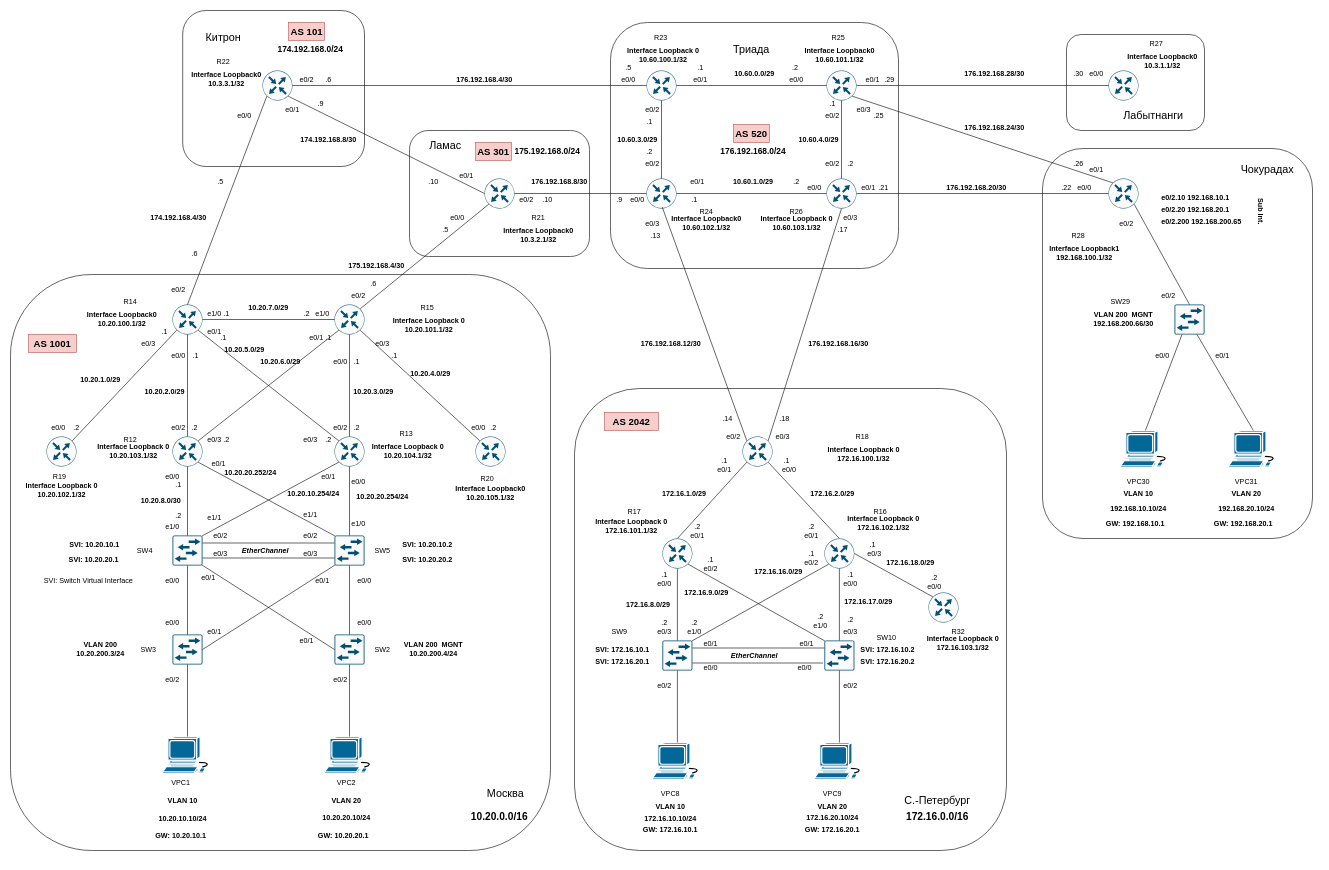
fueller-max/drawio keeps this draw.io diagram as page "Basic IP plan" (1 of 5) of Lab04.drawio. Above is the earlier version. Source tidied: cells renumbered, new cells numbered last; positions are measured from the earlier drawing's top-left corner, leaving out a move shared by most shapes. Both pictures are drawn from the tidied source at 60%, with x=0, y=0 at pixel (10, 10).
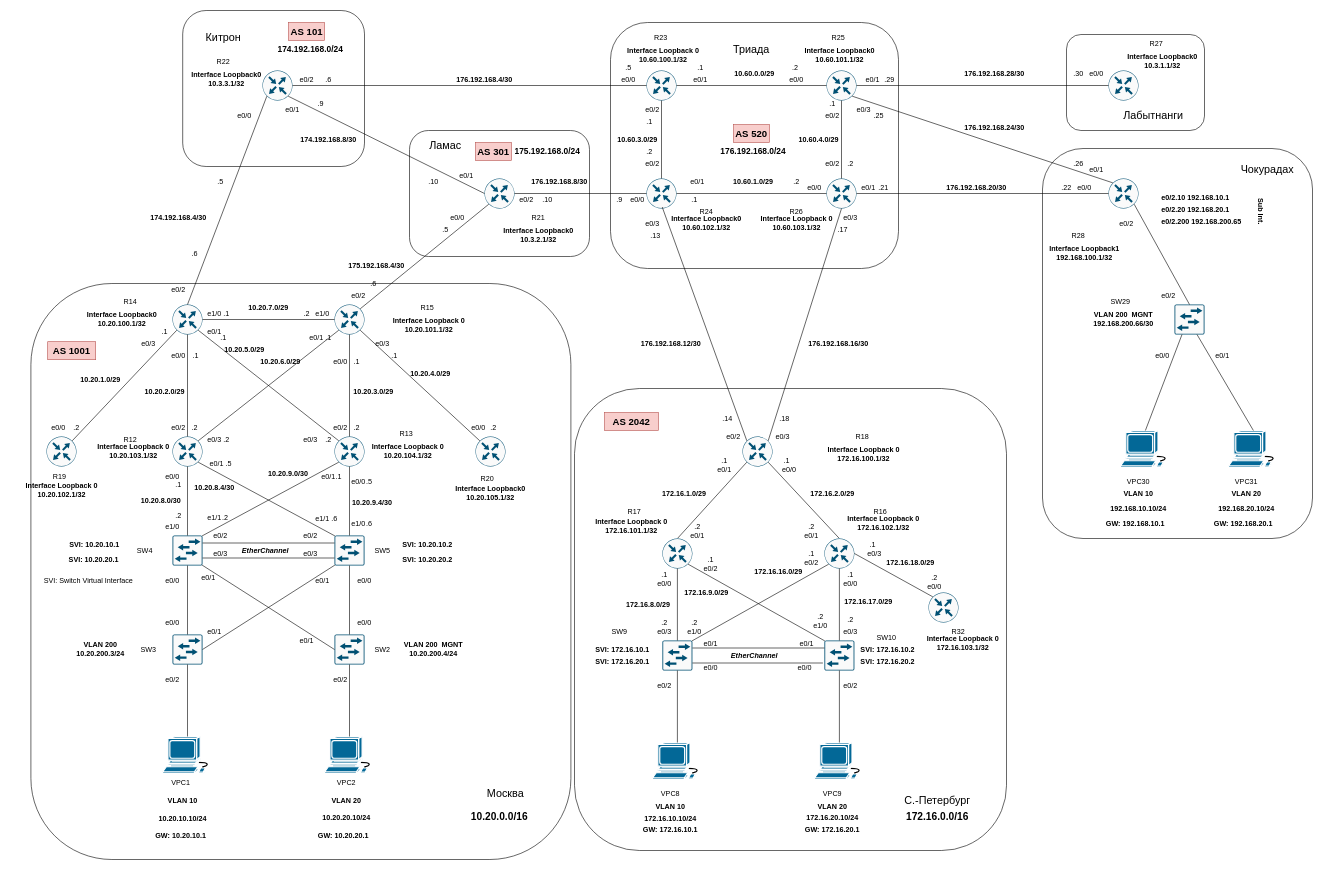
The same page after the edit.

Diff of the diagram source:
```diff
@@
     <mxCell id="4" value="&lt;div&gt;&lt;br&gt;&lt;/div&gt;&lt;div&gt;&lt;br&gt;&lt;/div&gt;&lt;div&gt;&lt;br&gt;&lt;/div&gt;" style="rounded=1;whiteSpace=wrap;html=1;fillColor=none;" parent="1" vertex="1">
-      <mxGeometry y="440" width="900" height="960" as="geometry" />
+      <mxGeometry x="34" y="455" width="900" height="960" as="geometry" />
     </mxCell>
@@
     <mxCell id="185" value="e0/1" style="text;html=1;align=center;verticalAlign=middle;whiteSpace=wrap;rounded=0;" parent="1" vertex="1">
-      <mxGeometry x="317" y="740" width="60" height="30" as="geometry" />
+      <mxGeometry x="313.5" y="740" width="60" height="30" as="geometry" />
     </mxCell>
@@
     <mxCell id="195" value="e1/1" style="text;html=1;align=center;verticalAlign=middle;whiteSpace=wrap;rounded=0;" parent="1" vertex="1">
-      <mxGeometry x="470" y="825" width="60" height="30" as="geometry" />
+      <mxGeometry x="490" y="833" width="60" height="30" as="geometry" />
     </mxCell>
@@
-    <mxCell id="282" value="10.20.20.252/24" style="text;html=1;align=center;verticalAlign=middle;whiteSpace=wrap;rounded=0;fontStyle=1;" parent="1" vertex="1">
-      <mxGeometry x="370" y="755" width="60" height="30" as="geometry" />
+    <mxCell id="282" value="10.20.8.4/30" style="text;html=1;align=center;verticalAlign=middle;whiteSpace=wrap;rounded=0;fontStyle=1;" parent="1" vertex="1">
+      <mxGeometry x="310" y="780" width="60" height="30" as="geometry" />
     </mxCell>
@@
-    <mxCell id="295" value="10.20.20.254/24" style="text;html=1;align=center;verticalAlign=middle;whiteSpace=wrap;rounded=0;fontStyle=1;" parent="1" vertex="1">
-      <mxGeometry x="590" y="795" width="60" height="30" as="geometry" />
-    </mxCell>
-    <mxCell id="296" value="10.20.10.254/24" style="text;html=1;align=center;verticalAlign=middle;whiteSpace=wrap;rounded=0;fontStyle=1;" parent="1" vertex="1">
-      <mxGeometry x="475" y="790" width="60" height="30" as="geometry" />
-    </mxCell>
@@
     <mxCell id="361" value="&lt;b&gt;&lt;font style=&quot;font-size: 16px;&quot;&gt;AS 1001&lt;/font&gt;&lt;/b&gt;" style="text;html=1;align=center;verticalAlign=middle;whiteSpace=wrap;rounded=0;fillColor=#f8cecc;strokeColor=#b85450;" parent="1" vertex="1">
-      <mxGeometry x="30" y="540" width="80" height="30" as="geometry" />
+      <mxGeometry x="62" y="552" width="80" height="30" as="geometry" />
     </mxCell>
@@
+    <mxCell id="368" value=".5" style="text;html=1;align=center;verticalAlign=middle;whiteSpace=wrap;rounded=0;" parent="1" vertex="1">
+      <mxGeometry x="334" y="740" width="60" height="30" as="geometry" />
+    </mxCell>
+    <mxCell id="369" value=".6" style="text;html=1;align=center;verticalAlign=middle;whiteSpace=wrap;rounded=0;" parent="1" vertex="1">
+      <mxGeometry x="510" y="833" width="60" height="30" as="geometry" />
+    </mxCell>
+    <mxCell id="370" value="10.20.9&lt;span style=&quot;background-color: transparent; color: light-dark(rgb(0, 0, 0), rgb(255, 255, 255));&quot;&gt;.0/30&lt;/span&gt;" style="text;html=1;align=center;verticalAlign=middle;whiteSpace=wrap;rounded=0;fontStyle=1;" parent="1" vertex="1">
+      <mxGeometry x="433" y="758" width="60" height="30" as="geometry" />
+    </mxCell>
+    <mxCell id="371" value=".1" style="text;html=1;align=center;verticalAlign=middle;whiteSpace=wrap;rounded=0;" parent="1" vertex="1">
+      <mxGeometry x="517" y="762" width="60" height="30" as="geometry" />
+    </mxCell>
+    <mxCell id="372" value=".2" style="text;html=1;align=center;verticalAlign=middle;whiteSpace=wrap;rounded=0;" parent="1" vertex="1">
+      <mxGeometry x="328" y="830" width="60" height="30" as="geometry" />
+    </mxCell>
+    <mxCell id="373" value="10.20.9&lt;span style=&quot;background-color: transparent; color: light-dark(rgb(0, 0, 0), rgb(255, 255, 255));&quot;&gt;.4/30&lt;/span&gt;" style="text;html=1;align=center;verticalAlign=middle;whiteSpace=wrap;rounded=0;fontStyle=1;" parent="1" vertex="1">
+      <mxGeometry x="573" y="806" width="60" height="30" as="geometry" />
+    </mxCell>
+    <mxCell id="374" value=".5" style="text;html=1;align=center;verticalAlign=middle;whiteSpace=wrap;rounded=0;" parent="1" vertex="1">
+      <mxGeometry x="568" y="770" width="60" height="30" as="geometry" />
+    </mxCell>
+    <mxCell id="375" value=".6" style="text;html=1;align=center;verticalAlign=middle;whiteSpace=wrap;rounded=0;" parent="1" vertex="1">
+      <mxGeometry x="568" y="840" width="60" height="30" as="geometry" />
+    </mxCell>
```
